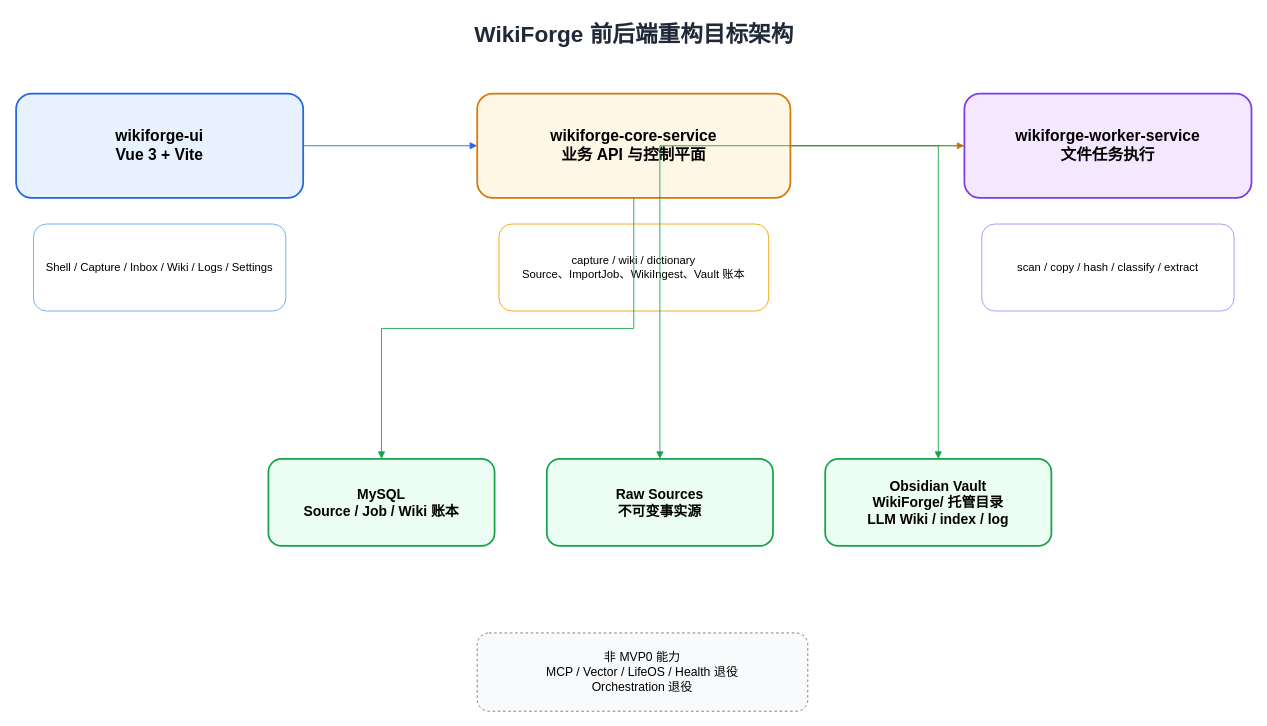
Before: page "前后端架构图" (2 of 4) of docs/rebuild/2026-05-24-mvp0-baseline/diagrams/2026-05-24-WikiForge-four-layer-architecture.drawio in BonusWang/WikiForge, a draw.io diagram. Source tidied: cells renumbered, new cells numbered last; positions are measured from the earlier drawing's top-left corner, leaving out a move shared by most shapes. Both pictures are drawn from the tidied source at 87%, with x=0, y=0 at pixel (16, 15).
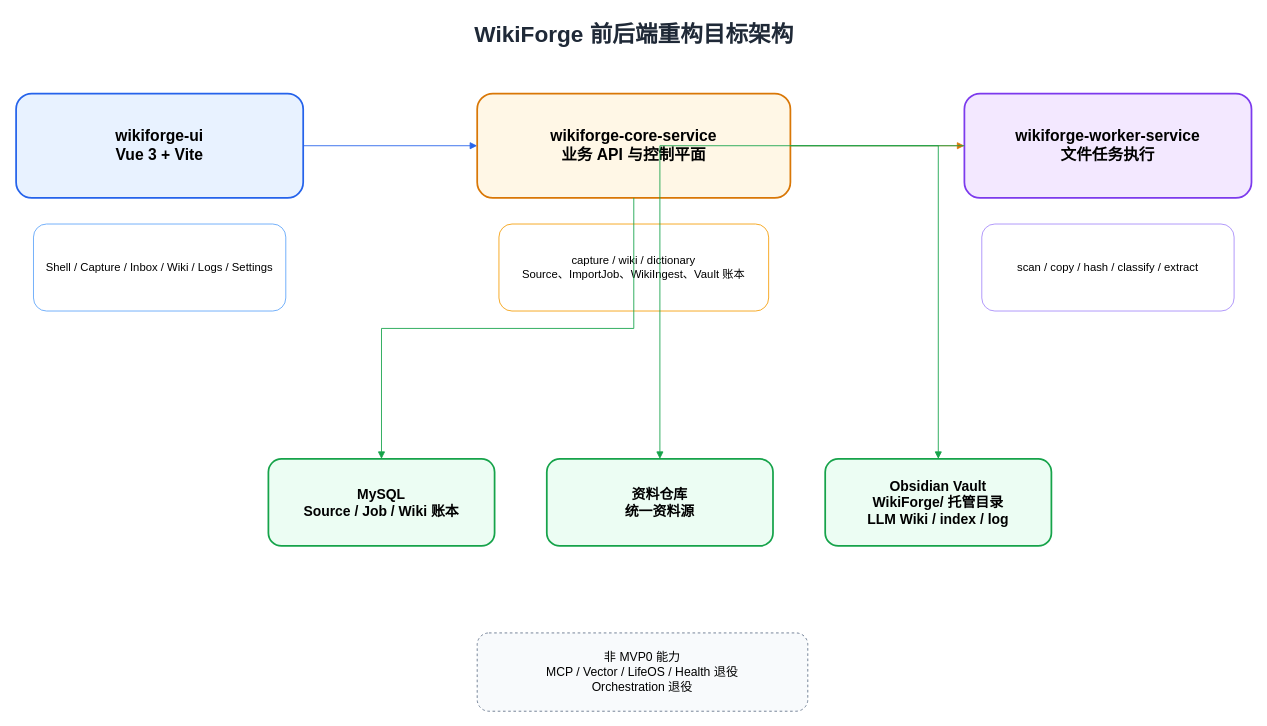
After the change.

What changed in the source:
```diff
@@
 <mxGraphModel>
   <root>
     <mxCell id="0" />
     <mxCell id="1" parent="0" />
     <mxCell id="2" value="WikiForge 前后端重构目标架构" style="text;html=1;fontSize=26;fontStyle=1;align=center;strokeColor=none;fillColor=none;fontColor=#1F2937;" parent="1" vertex="1">
       <mxGeometry x="160" width="1100" height="50" as="geometry" />
     </mxCell>
     <mxCell id="3" value="wikiforge-ui&#10;Vue 3 + Vite" style="rounded=1;whiteSpace=wrap;html=1;fillColor=#E8F2FF;strokeColor=#2563EB;strokeWidth=2;fontSize=18;fontStyle=1;" parent="1" vertex="1">
       <mxGeometry y="90" width="330" height="120" as="geometry" />
     </mxCell>
     <mxCell id="4" value="Shell / Capture / Inbox / Wiki / Logs / Settings" style="rounded=1;whiteSpace=wrap;html=1;fillColor=#FFFFFF;strokeColor=#60A5FA;fontSize=13;" parent="1" vertex="1">
       <mxGeometry x="20" y="240" width="290" height="100" as="geometry" />
     </mxCell>
     <mxCell id="5" value="wikiforge-core-service&#10;业务 API 与控制平面" style="rounded=1;whiteSpace=wrap;html=1;fillColor=#FFF7E6;strokeColor=#D97706;strokeWidth=2;fontSize=18;fontStyle=1;" parent="1" vertex="1">
       <mxGeometry x="530" y="90" width="360" height="120" as="geometry" />
     </mxCell>
     <mxCell id="6" value="capture / wiki / dictionary&#10;Source、ImportJob、WikiIngest、Vault 账本" style="rounded=1;whiteSpace=wrap;html=1;fillColor=#FFFFFF;strokeColor=#F59E0B;fontSize=13;" parent="1" vertex="1">
       <mxGeometry x="555" y="240" width="310" height="100" as="geometry" />
     </mxCell>
     <mxCell id="7" value="wikiforge-worker-service&#10;文件任务执行" style="rounded=1;whiteSpace=wrap;html=1;fillColor=#F3E8FF;strokeColor=#7C3AED;strokeWidth=2;fontSize=18;fontStyle=1;" parent="1" vertex="1">
       <mxGeometry x="1090" y="90" width="330" height="120" as="geometry" />
     </mxCell>
     <mxCell id="8" value="scan / copy / hash / classify / extract" style="rounded=1;whiteSpace=wrap;html=1;fillColor=#FFFFFF;strokeColor=#A78BFA;fontSize=13;" parent="1" vertex="1">
       <mxGeometry x="1110" y="240" width="290" height="100" as="geometry" />
     </mxCell>
     <mxCell id="9" value="MySQL&#10;Source / Job / Wiki 账本" style="rounded=1;whiteSpace=wrap;html=1;fillColor=#ECFDF3;strokeColor=#16A34A;strokeWidth=2;fontSize=16;fontStyle=1;" parent="1" vertex="1">
       <mxGeometry x="290" y="510" width="260" height="100" as="geometry" />
     </mxCell>
-    <mxCell id="10" value="Raw Sources&#10;不可变事实源" style="rounded=1;whiteSpace=wrap;html=1;fillColor=#ECFDF3;strokeColor=#16A34A;strokeWidth=2;fontSize=16;fontStyle=1;" parent="1" vertex="1">
+    <mxCell id="10" value="资料仓库&#10;统一资料源" style="rounded=1;whiteSpace=wrap;html=1;fillColor=#ECFDF3;strokeColor=#16A34A;strokeWidth=2;fontSize=16;fontStyle=1;" parent="1" vertex="1">
       <mxGeometry x="610" y="510" width="260" height="100" as="geometry" />
     </mxCell>
     <mxCell id="11" value="Obsidian Vault&#10;WikiForge/ 托管目录&#10;LLM Wiki / index / log" style="rounded=1;whiteSpace=wrap;html=1;fillColor=#ECFDF3;strokeColor=#16A34A;strokeWidth=2;fontSize=16;fontStyle=1;" parent="1" vertex="1">
       <mxGeometry x="930" y="510" width="260" height="100" as="geometry" />
     </mxCell>
     <mxCell id="12" value="非 MVP0 能力&#10;MCP / Vector / LifeOS / Health 退役&#10;Orchestration 退役" style="rounded=1;whiteSpace=wrap;html=1;fillColor=#F8FAFC;strokeColor=#64748B;dashed=1;fontSize=14;" parent="1" vertex="1">
       <mxGeometry x="530" y="710" width="380" height="90" as="geometry" />
     </mxCell>
     <mxCell id="13" style="edgeStyle=orthogonalEdgeStyle;rounded=0;html=1;strokeColor=#2563EB;endArrow=block;" parent="1" edge="1" source="3" target="5">
       <mxGeometry relative="1" as="geometry" />
     </mxCell>
     <mxCell id="14" style="edgeStyle=orthogonalEdgeStyle;rounded=0;html=1;strokeColor=#D97706;endArrow=block;" parent="1" edge="1" source="5" target="7">
       <mxGeometry relative="1" as="geometry" />
     </mxCell>
     <mxCell id="15" style="edgeStyle=orthogonalEdgeStyle;rounded=0;html=1;strokeColor=#16A34A;endArrow=block;" parent="1" edge="1" source="5" target="9">
       <mxGeometry relative="1" as="geometry" />
     </mxCell>
     <mxCell id="16" style="edgeStyle=orthogonalEdgeStyle;rounded=0;html=1;strokeColor=#16A34A;endArrow=block;" parent="1" edge="1" source="7" target="10">
       <mxGeometry relative="1" as="geometry" />
     </mxCell>
     <mxCell id="17" style="edgeStyle=orthogonalEdgeStyle;rounded=0;html=1;strokeColor=#16A34A;endArrow=block;" parent="1" edge="1" source="5" target="11">
       <mxGeometry relative="1" as="geometry" />
     </mxCell>
   </root>
 </mxGraphModel>
```
